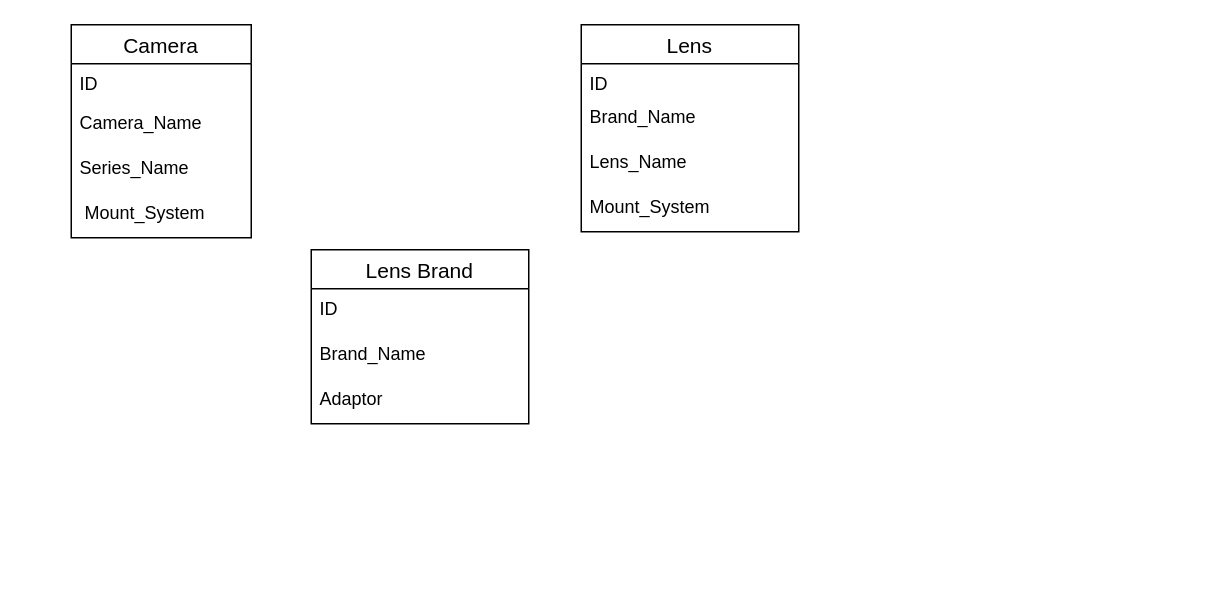
Before: Sony.drawio in m-sabz/m-sabz, a draw.io diagram. Source tidied: cells renumbered, new cells numbered last; positions are measured from the earlier drawing's top-left corner, leaving out a move shared by most shapes. Both pictures are drawn from the tidied source at 150%, with x=0, y=0 at pixel (70, 24).
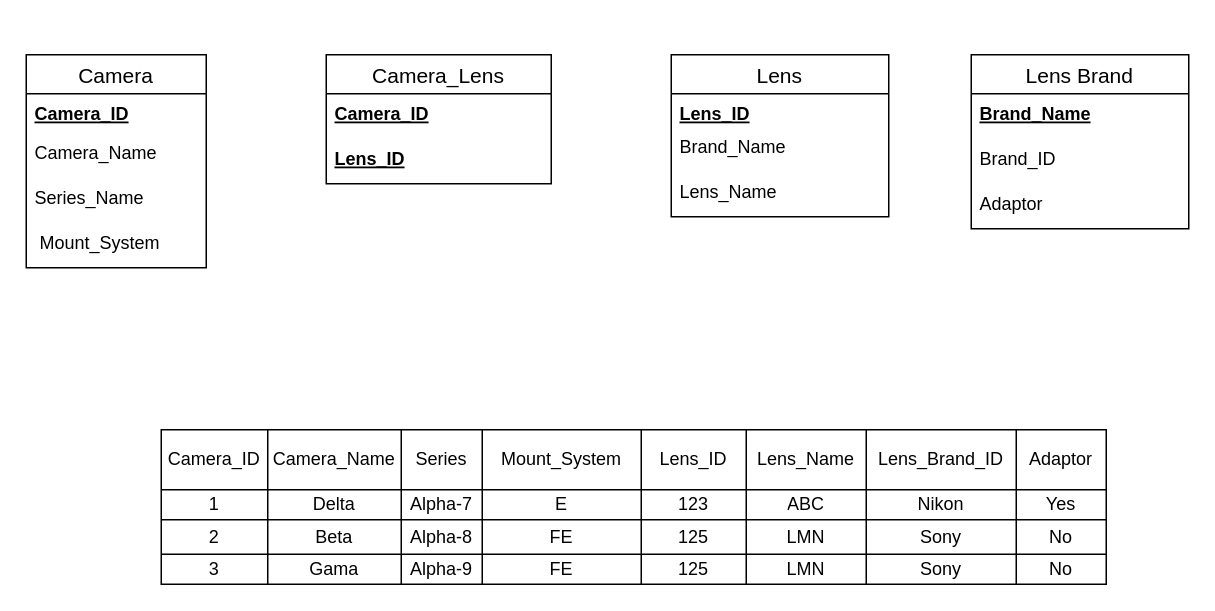
The same diagram, later.

The edit, as a diff of the source:
```diff
@@
     <mxCell id="2" value="Camera" style="swimlane;fontStyle=0;horizontal=1;startSize=26;align=center;fontSize=14;" parent="1" vertex="1">
-      <mxGeometry width="120" height="142" as="geometry" />
+      <mxGeometry x="-30" y="20" width="120" height="142" as="geometry" />
     </mxCell>
-    <mxCell id="3" value="ID" style="text;strokeColor=none;fillColor=none;spacingLeft=4;spacingRight=4;overflow=hidden;fontSize=12;" parent="2" vertex="1">
+    <mxCell id="3" value="Camera_ID" style="text;strokeColor=none;fillColor=none;spacingLeft=4;spacingRight=4;overflow=hidden;fontSize=12;fontStyle=5;" parent="2" vertex="1">
       <mxGeometry y="26" width="120" height="26" as="geometry" />
     </mxCell>
@@
     <mxCell id="7" value="Lens" style="swimlane;fontStyle=0;horizontal=1;startSize=26;align=center;fontSize=14;" parent="1" vertex="1">
-      <mxGeometry x="340" width="145" height="138" as="geometry" />
+      <mxGeometry x="400" y="20" width="145" height="108" as="geometry" />
     </mxCell>
-    <mxCell id="8" value="ID" style="text;strokeColor=none;fillColor=none;spacingLeft=4;spacingRight=4;overflow=hidden;fontSize=12;" parent="7" vertex="1">
+    <mxCell id="8" value="Lens_ID" style="text;strokeColor=none;fillColor=none;spacingLeft=4;spacingRight=4;overflow=hidden;fontSize=12;fontStyle=5;" parent="7" vertex="1">
       <mxGeometry y="26" width="145" height="22" as="geometry" />
     </mxCell>
@@
+    <mxCell id="12" value="Lens Brand" style="swimlane;fontStyle=0;horizontal=1;startSize=26;align=center;fontSize=14;" parent="1" vertex="1">
+      <mxGeometry x="600" y="20" width="145" height="116" as="geometry" />
+    </mxCell>
+    <mxCell id="14" value="Brand_Name" style="text;strokeColor=none;fillColor=none;spacingLeft=4;spacingRight=4;overflow=hidden;fontSize=12;fontStyle=5;" parent="12" vertex="1">
+      <mxGeometry y="26" width="145" height="30" as="geometry" />
+    </mxCell>
+    <mxCell id="13" value="Brand_ID" style="text;strokeColor=none;fillColor=none;spacingLeft=4;spacingRight=4;overflow=hidden;fontSize=12;fontStyle=0;" parent="12" vertex="1">
+      <mxGeometry y="56" width="145" height="30" as="geometry" />
+    </mxCell>
+    <mxCell id="15" value="Adaptor" style="text;strokeColor=none;fillColor=none;spacingLeft=4;spacingRight=4;overflow=hidden;fontSize=12;" parent="12" vertex="1">
+      <mxGeometry y="86" width="145" height="30" as="geometry" />
+    </mxCell>
+    <mxCell id="16" value="Camera_Lens" style="swimlane;fontStyle=0;horizontal=1;startSize=26;align=center;fontSize=14;" parent="1" vertex="1">
+      <mxGeometry x="170" y="20" width="150" height="86" as="geometry" />
+    </mxCell>
+    <mxCell id="17" value="Camera_ID&#10;" style="text;strokeColor=none;fillColor=none;spacingLeft=4;spacingRight=4;overflow=hidden;fontSize=12;fontStyle=5;" parent="16" vertex="1">
+      <mxGeometry y="26" width="150" height="30" as="geometry" />
+    </mxCell>
+    <mxCell id="18" value="Lens_ID" style="text;strokeColor=none;fillColor=none;spacingLeft=4;spacingRight=4;overflow=hidden;fontSize=12;fontStyle=5;" parent="16" vertex="1">
+      <mxGeometry y="56" width="150" height="30" as="geometry" />
+    </mxCell>
+    <mxCell id="19" style="shape=table;html=1;whiteSpace=wrap;startSize=0;childLayout=tableLayout;" parent="1" vertex="1">
+      <mxGeometry x="60" y="270" width="630" height="103" as="geometry" />
+    </mxCell>
+    <mxCell id="20" style="shape=partialRectangle;html=1;whiteSpace=wrap;fillColor=none;top=0;left=0;bottom=0;right=0;" parent="19" vertex="1">
+      <mxGeometry width="630" height="40" as="geometry" />
+    </mxCell>
+    <mxCell id="21" value="Camera_ID" style="shape=partialRectangle;html=1;whiteSpace=wrap;overflow=hidden;fillColor=none;top=0;left=0;bottom=0;right=0;" parent="20" vertex="1">
+      <mxGeometry width="71" height="40" as="geometry" />
+    </mxCell>
+    <mxCell id="22" value="Camera_Name" style="shape=partialRectangle;html=1;whiteSpace=wrap;overflow=hidden;fillColor=none;top=0;left=0;bottom=0;right=0;" parent="20" vertex="1">
+      <mxGeometry x="71" width="89" height="40" as="geometry" />
+    </mxCell>
+    <mxCell id="23" value="Series" style="shape=partialRectangle;html=1;whiteSpace=wrap;overflow=hidden;fillColor=none;top=0;left=0;bottom=0;right=0;" parent="20" vertex="1">
+      <mxGeometry x="160" width="54" height="40" as="geometry" />
+    </mxCell>
-    <mxCell id="11" value="Mount_System" style="text;strokeColor=none;fillColor=none;spacingLeft=4;spacingRight=4;overflow=hidden;fontSize=12;" parent="7" vertex="1">
-      <mxGeometry y="108" width="145" height="30" as="geometry" />
+    <mxCell id="11" value="Mount_System" style="shape=partialRectangle;html=1;whiteSpace=wrap;overflow=hidden;fillColor=none;top=0;left=0;bottom=0;right=0;" parent="20" vertex="1">
+      <mxGeometry x="214" width="106" height="40" as="geometry" />
     </mxCell>
-    <mxCell id="12" value="Lens Brand" style="swimlane;fontStyle=0;horizontal=1;startSize=26;align=center;fontSize=14;" parent="1" vertex="1">
-      <mxGeometry x="160" y="150" width="145" height="116" as="geometry" />
-    </mxCell>
-    <mxCell id="13" value="ID" style="text;strokeColor=none;fillColor=none;spacingLeft=4;spacingRight=4;overflow=hidden;fontSize=12;" parent="12" vertex="1">
-      <mxGeometry y="26" width="145" height="30" as="geometry" />
-    </mxCell>
-    <mxCell id="14" value="Brand_Name" style="text;strokeColor=none;fillColor=none;spacingLeft=4;spacingRight=4;overflow=hidden;fontSize=12;" parent="12" vertex="1">
-      <mxGeometry y="56" width="145" height="30" as="geometry" />
-    </mxCell>
-    <mxCell id="15" value="Adaptor" style="text;strokeColor=none;fillColor=none;spacingLeft=4;spacingRight=4;overflow=hidden;fontSize=12;" parent="12" vertex="1">
-      <mxGeometry y="86" width="145" height="30" as="geometry" />
-    </mxCell>
+    <mxCell id="24" value="Lens_ID" style="shape=partialRectangle;html=1;whiteSpace=wrap;overflow=hidden;fillColor=none;top=0;left=0;bottom=0;right=0;" parent="20" vertex="1">
+      <mxGeometry x="320" width="70" height="40" as="geometry" />
+    </mxCell>
+    <mxCell id="25" value="Lens_Name" style="shape=partialRectangle;html=1;whiteSpace=wrap;overflow=hidden;fillColor=none;top=0;left=0;bottom=0;right=0;" parent="20" vertex="1">
+      <mxGeometry x="390" width="80" height="40" as="geometry" />
+    </mxCell>
+    <mxCell id="26" value="Lens_Brand_ID" style="shape=partialRectangle;html=1;whiteSpace=wrap;overflow=hidden;fillColor=none;top=0;left=0;bottom=0;right=0;" parent="20" vertex="1">
+      <mxGeometry x="470" width="100" height="40" as="geometry" />
+    </mxCell>
+    <mxCell id="27" value="Adaptor" style="shape=partialRectangle;html=1;whiteSpace=wrap;overflow=hidden;fillColor=none;top=0;left=0;bottom=0;right=0;" parent="20" vertex="1">
+      <mxGeometry x="570" width="60" height="40" as="geometry" />
+    </mxCell>
+    <mxCell id="28" style="shape=partialRectangle;html=1;whiteSpace=wrap;fillColor=none;top=0;left=0;bottom=0;right=0;" parent="19" vertex="1">
+      <mxGeometry y="40" width="630" height="20" as="geometry" />
+    </mxCell>
+    <mxCell id="29" value="1" style="shape=partialRectangle;html=1;whiteSpace=wrap;overflow=hidden;fillColor=none;top=0;left=0;bottom=0;right=0;" parent="28" vertex="1">
+      <mxGeometry width="71" height="20" as="geometry" />
+    </mxCell>
+    <mxCell id="30" value="Delta" style="shape=partialRectangle;html=1;whiteSpace=wrap;overflow=hidden;fillColor=none;top=0;left=0;bottom=0;right=0;" parent="28" vertex="1">
+      <mxGeometry x="71" width="89" height="20" as="geometry" />
+    </mxCell>
+    <mxCell id="31" value="Alpha-7" style="shape=partialRectangle;html=1;whiteSpace=wrap;overflow=hidden;fillColor=none;top=0;left=0;bottom=0;right=0;" parent="28" vertex="1">
+      <mxGeometry x="160" width="54" height="20" as="geometry" />
+    </mxCell>
+    <mxCell id="32" value="E" style="shape=partialRectangle;html=1;whiteSpace=wrap;overflow=hidden;fillColor=none;top=0;left=0;bottom=0;right=0;" parent="28" vertex="1">
+      <mxGeometry x="214" width="106" height="20" as="geometry" />
+    </mxCell>
+    <mxCell id="33" value="123" style="shape=partialRectangle;html=1;whiteSpace=wrap;overflow=hidden;fillColor=none;top=0;left=0;bottom=0;right=0;" parent="28" vertex="1">
+      <mxGeometry x="320" width="70" height="20" as="geometry" />
+    </mxCell>
+    <mxCell id="34" value="ABC" style="shape=partialRectangle;html=1;whiteSpace=wrap;overflow=hidden;fillColor=none;top=0;left=0;bottom=0;right=0;" parent="28" vertex="1">
+      <mxGeometry x="390" width="80" height="20" as="geometry" />
+    </mxCell>
+    <mxCell id="35" value="Nikon" style="shape=partialRectangle;html=1;whiteSpace=wrap;overflow=hidden;fillColor=none;top=0;left=0;bottom=0;right=0;" parent="28" vertex="1">
+      <mxGeometry x="470" width="100" height="20" as="geometry" />
+    </mxCell>
+    <mxCell id="36" value="Yes" style="shape=partialRectangle;html=1;whiteSpace=wrap;overflow=hidden;fillColor=none;top=0;left=0;bottom=0;right=0;" parent="28" vertex="1">
+      <mxGeometry x="570" width="60" height="20" as="geometry" />
+    </mxCell>
+    <mxCell id="37" style="shape=partialRectangle;html=1;whiteSpace=wrap;fillColor=none;top=0;left=0;bottom=0;right=0;" parent="19" vertex="1">
+      <mxGeometry y="60" width="630" height="23" as="geometry" />
+    </mxCell>
+    <mxCell id="38" value="2" style="shape=partialRectangle;html=1;whiteSpace=wrap;overflow=hidden;fillColor=none;top=0;left=0;bottom=0;right=0;" parent="37" vertex="1">
+      <mxGeometry width="71" height="23" as="geometry" />
+    </mxCell>
+    <mxCell id="39" value="Beta" style="shape=partialRectangle;html=1;whiteSpace=wrap;overflow=hidden;fillColor=none;top=0;left=0;bottom=0;right=0;" parent="37" vertex="1">
+      <mxGeometry x="71" width="89" height="23" as="geometry" />
+    </mxCell>
+    <mxCell id="40" value="Alpha-8" style="shape=partialRectangle;html=1;whiteSpace=wrap;overflow=hidden;fillColor=none;top=0;left=0;bottom=0;right=0;" parent="37" vertex="1">
+      <mxGeometry x="160" width="54" height="23" as="geometry" />
+    </mxCell>
+    <mxCell id="41" value="FE" style="shape=partialRectangle;html=1;whiteSpace=wrap;overflow=hidden;fillColor=none;top=0;left=0;bottom=0;right=0;" parent="37" vertex="1">
+      <mxGeometry x="214" width="106" height="23" as="geometry" />
+    </mxCell>
+    <mxCell id="42" value="125" style="shape=partialRectangle;html=1;whiteSpace=wrap;overflow=hidden;fillColor=none;top=0;left=0;bottom=0;right=0;" parent="37" vertex="1">
+      <mxGeometry x="320" width="70" height="23" as="geometry" />
+    </mxCell>
+    <mxCell id="43" value="LMN" style="shape=partialRectangle;html=1;whiteSpace=wrap;overflow=hidden;fillColor=none;top=0;left=0;bottom=0;right=0;" parent="37" vertex="1">
+      <mxGeometry x="390" width="80" height="23" as="geometry" />
+    </mxCell>
+    <mxCell id="44" value="Sony" style="shape=partialRectangle;html=1;whiteSpace=wrap;overflow=hidden;fillColor=none;top=0;left=0;bottom=0;right=0;" parent="37" vertex="1">
+      <mxGeometry x="470" width="100" height="23" as="geometry" />
+    </mxCell>
+    <mxCell id="45" value="No" style="shape=partialRectangle;html=1;whiteSpace=wrap;overflow=hidden;fillColor=none;top=0;left=0;bottom=0;right=0;" parent="37" vertex="1">
+      <mxGeometry x="570" width="60" height="23" as="geometry" />
+    </mxCell>
+    <mxCell id="46" style="shape=partialRectangle;html=1;whiteSpace=wrap;fillColor=none;top=0;left=0;bottom=0;right=0;" parent="19" vertex="1">
+      <mxGeometry y="83" width="630" height="20" as="geometry" />
+    </mxCell>
+    <mxCell id="47" value="3" style="shape=partialRectangle;html=1;whiteSpace=wrap;overflow=hidden;fillColor=none;top=0;left=0;bottom=0;right=0;" parent="46" vertex="1">
+      <mxGeometry width="71" height="20" as="geometry" />
+    </mxCell>
+    <mxCell id="48" value="Gama" style="shape=partialRectangle;html=1;whiteSpace=wrap;overflow=hidden;fillColor=none;top=0;left=0;bottom=0;right=0;" parent="46" vertex="1">
+      <mxGeometry x="71" width="89" height="20" as="geometry" />
+    </mxCell>
+    <mxCell id="49" value="Alpha-9" style="shape=partialRectangle;html=1;whiteSpace=wrap;overflow=hidden;fillColor=none;top=0;left=0;bottom=0;right=0;" parent="46" vertex="1">
+      <mxGeometry x="160" width="54" height="20" as="geometry" />
+    </mxCell>
+    <mxCell id="50" value="FE" style="shape=partialRectangle;html=1;whiteSpace=wrap;overflow=hidden;fillColor=none;top=0;left=0;bottom=0;right=0;" parent="46" vertex="1">
+      <mxGeometry x="214" width="106" height="20" as="geometry" />
+    </mxCell>
+    <mxCell id="51" value="125" style="shape=partialRectangle;html=1;whiteSpace=wrap;overflow=hidden;fillColor=none;top=0;left=0;bottom=0;right=0;" parent="46" vertex="1">
+      <mxGeometry x="320" width="70" height="20" as="geometry" />
+    </mxCell>
+    <mxCell id="52" value="LMN" style="shape=partialRectangle;html=1;whiteSpace=wrap;overflow=hidden;fillColor=none;top=0;left=0;bottom=0;right=0;" parent="46" vertex="1">
+      <mxGeometry x="390" width="80" height="20" as="geometry" />
+    </mxCell>
+    <mxCell id="53" value="Sony" style="shape=partialRectangle;html=1;whiteSpace=wrap;overflow=hidden;fillColor=none;top=0;left=0;bottom=0;right=0;" parent="46" vertex="1">
+      <mxGeometry x="470" width="100" height="20" as="geometry" />
+    </mxCell>
+    <mxCell id="54" value="No" style="shape=partialRectangle;html=1;whiteSpace=wrap;overflow=hidden;fillColor=none;top=0;left=0;bottom=0;right=0;" parent="46" vertex="1">
+      <mxGeometry x="570" width="60" height="20" as="geometry" />
+    </mxCell>
```
